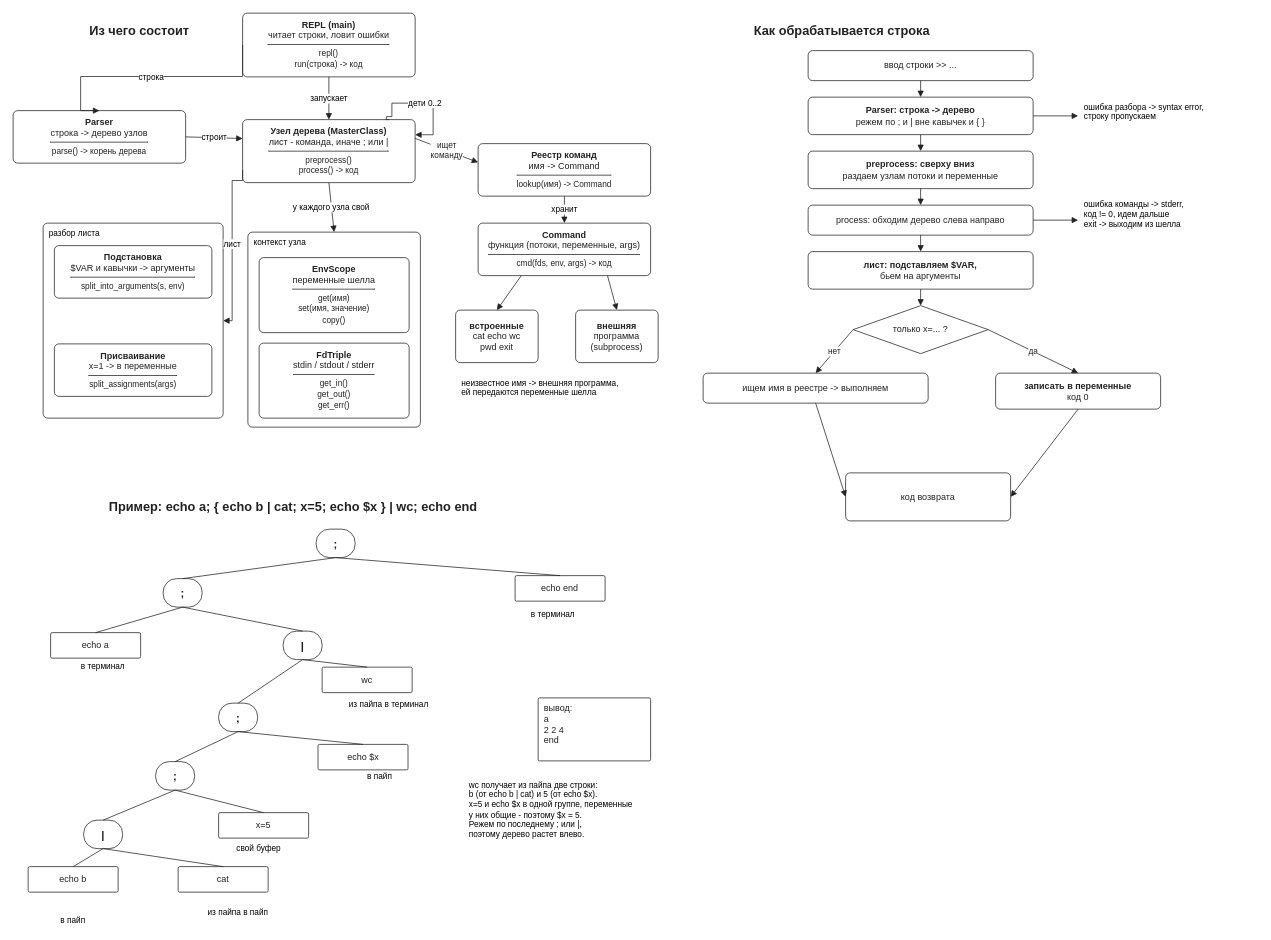
AndrewRatkov/cli-lab keeps this draw.io diagram as docs/cli-lab-board.drawio. Above is the earlier version. Source tidied: cells renumbered, new cells numbered last; positions are measured from the earlier drawing's top-left corner, leaving out a move shared by most shapes. Both pictures are drawn from the tidied source at 75%, with x=0, y=0 at pixel (13, 13).
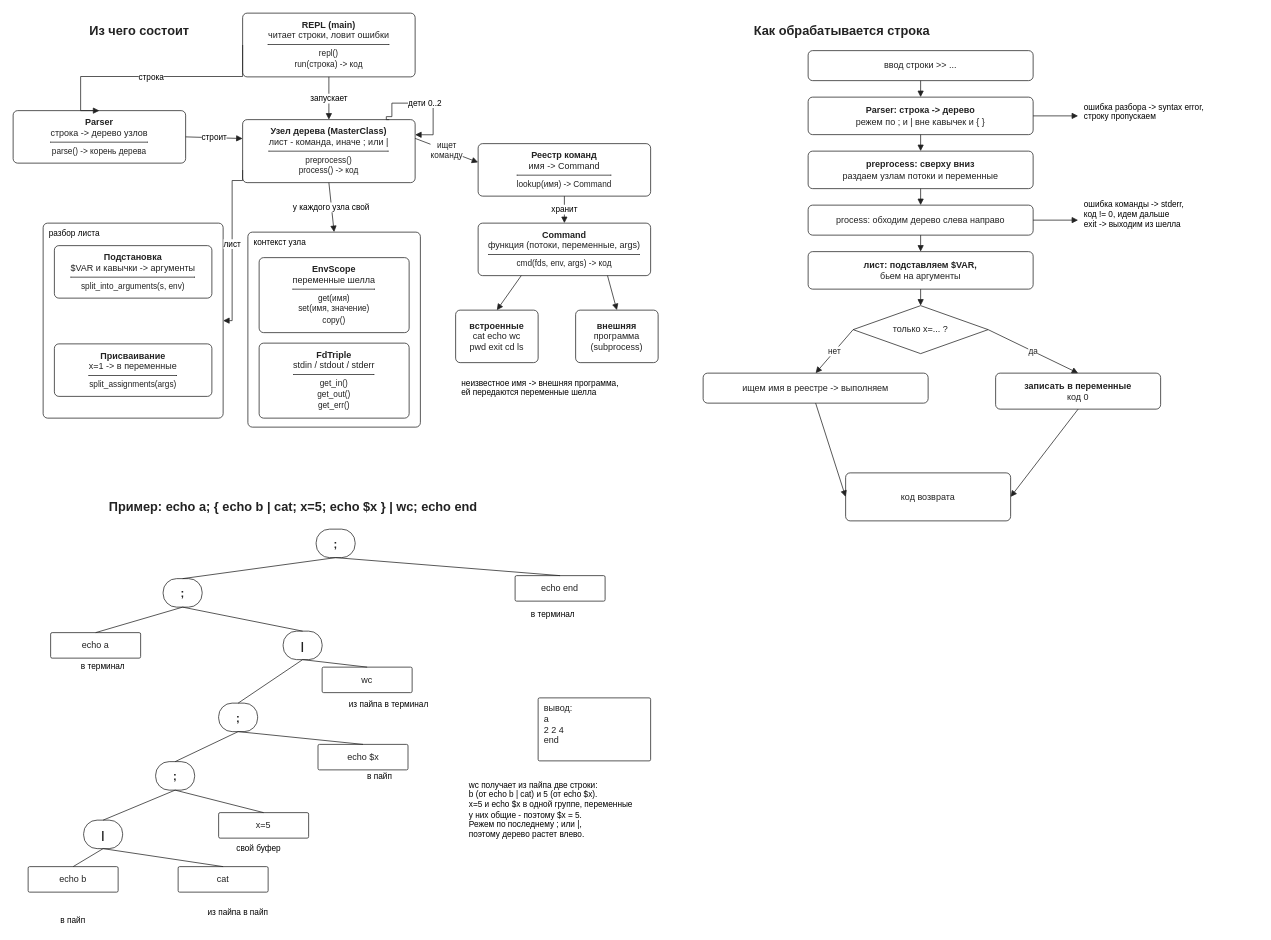
The same page after the edit.

The edit, as a diff of the source:
```diff
@@
-    <mxCell id="30" value="&lt;b&gt;встроенные&lt;/b&gt;&lt;br&gt;cat echo wc&lt;br&gt;pwd exit" style="whiteSpace=wrap;html=1;strokeColor=#222222;fillColor=#FFFFFF;rounded=1;absoluteArcSize=1;arcSize=12;align=center;verticalAlign=middle;fontSize=12;fontColor=#222222;" parent="1" vertex="1">
+    <mxCell id="30" value="&lt;b&gt;встроенные&lt;/b&gt;&lt;br&gt;cat echo wc&lt;br&gt;pwd exit cd ls" style="whiteSpace=wrap;html=1;strokeColor=#222222;fillColor=#FFFFFF;rounded=1;absoluteArcSize=1;arcSize=12;align=center;verticalAlign=middle;fontSize=12;fontColor=#222222;" parent="1" vertex="1">
       <mxGeometry x="590" y="396" width="110" height="70" as="geometry" />
     </mxCell>
```
